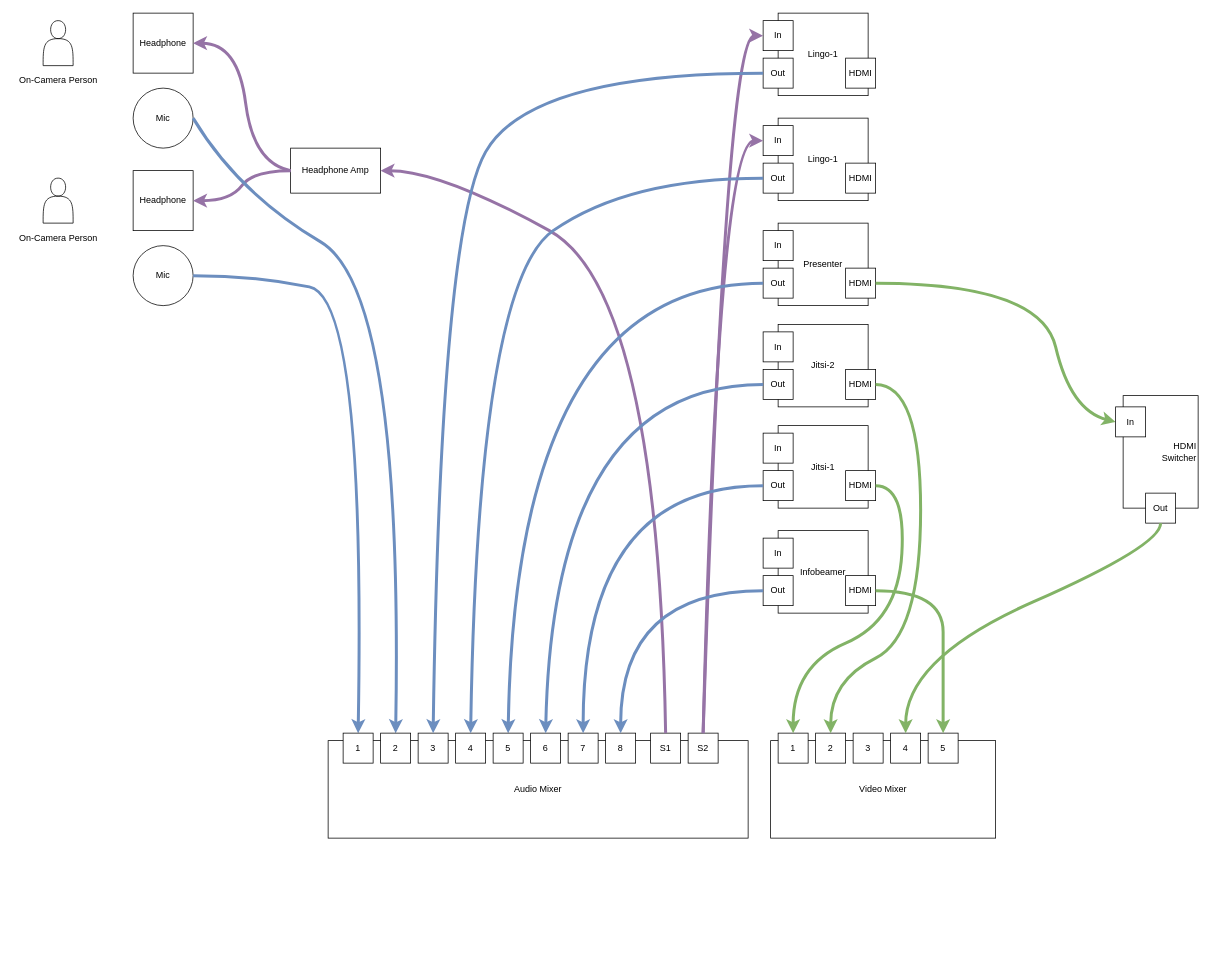
The draw.io diagram csh-setup.drawio in stblassitude/csh-setup, before the edit. Source tidied: cells renumbered, new cells numbered last; positions are measured from the earlier drawing's top-left corner, leaving out a move shared by most shapes. Both pictures are drawn from the tidied source at 75%, with x=0, y=0 at pixel (13, 13).
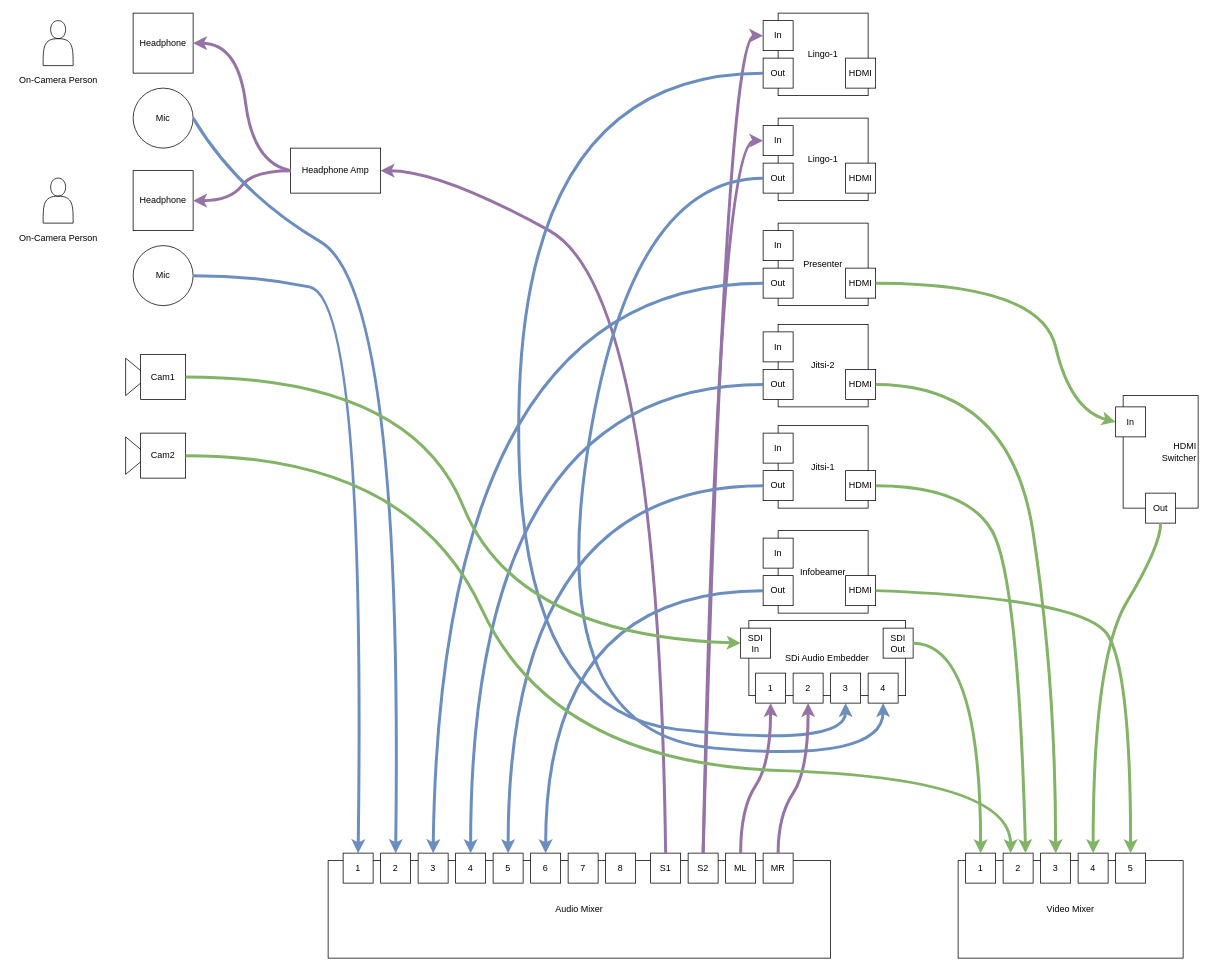
Above is the later version.

Unchanged cells that the change refers to:
```xml
<mxCell id="25" value="Out" style="whiteSpace=wrap;html=1;" parent="1" vertex="1">
  <mxGeometry x="1000" y="60" width="40" height="40" as="geometry" />
</mxCell>
<mxCell id="28" value="Out" style="whiteSpace=wrap;html=1;" parent="1" vertex="1">
  <mxGeometry x="1000" y="200" width="40" height="40" as="geometry" />
</mxCell>
<mxCell id="35" value="Out" style="whiteSpace=wrap;html=1;" parent="1" vertex="1">
  <mxGeometry x="1000" y="340" width="40" height="40" as="geometry" />
</mxCell>
<mxCell id="49" value="Out" style="whiteSpace=wrap;html=1;" parent="1" vertex="1">
  <mxGeometry x="1000" y="475" width="40" height="40" as="geometry" />
</mxCell>
<mxCell id="52" value="Out" style="whiteSpace=wrap;html=1;" parent="1" vertex="1">
  <mxGeometry x="1000" y="610" width="40" height="40" as="geometry" />
</mxCell>
<mxCell id="58" value="HDMI" style="whiteSpace=wrap;html=1;" parent="1" vertex="1">
  <mxGeometry x="1110" y="475" width="40" height="40" as="geometry" />
</mxCell>
<mxCell id="59" value="HDMI" style="whiteSpace=wrap;html=1;" parent="1" vertex="1">
  <mxGeometry x="1110" y="610" width="40" height="40" as="geometry" />
</mxCell>
<mxCell id="65" value="Out" style="whiteSpace=wrap;html=1;" parent="1" vertex="1">
  <mxGeometry x="1000" y="750" width="40" height="40" as="geometry" />
</mxCell>
<mxCell id="66" value="HDMI" style="whiteSpace=wrap;html=1;" parent="1" vertex="1">
  <mxGeometry x="1110" y="750" width="40" height="40" as="geometry" />
</mxCell>
<mxCell id="71" value="Out" style="whiteSpace=wrap;html=1;" parent="1" vertex="1">
  <mxGeometry x="1510" y="640" width="40" height="40" as="geometry" />
</mxCell>
```

Change to the diagram source:
```diff
@@
     <mxCell id="13" value="Audio Mixer" style="rounded=0;whiteSpace=wrap;html=1;" parent="1" vertex="1">
-      <mxGeometry x="420" y="970" width="560" height="130" as="geometry" />
+      <mxGeometry x="420" y="1130" width="670" height="130" as="geometry" />
     </mxCell>
@@
     <mxCell id="16" value="1" style="whiteSpace=wrap;html=1;" parent="1" vertex="1">
-      <mxGeometry x="440" y="960" width="40" height="40" as="geometry" />
+      <mxGeometry x="440" y="1120" width="40" height="40" as="geometry" />
     </mxCell>
     <mxCell id="17" value="2" style="whiteSpace=wrap;html=1;" parent="1" vertex="1">
-      <mxGeometry x="490" y="960" width="40" height="40" as="geometry" />
+      <mxGeometry x="490" y="1120" width="40" height="40" as="geometry" />
     </mxCell>
     <mxCell id="18" value="S1" style="whiteSpace=wrap;html=1;" parent="1" vertex="1">
-      <mxGeometry x="850" y="960" width="40" height="40" as="geometry" />
+      <mxGeometry x="850" y="1120" width="40" height="40" as="geometry" />
     </mxCell>
@@
     <mxCell id="20" value="3" style="whiteSpace=wrap;html=1;" parent="1" vertex="1">
-      <mxGeometry x="540" y="960" width="40" height="40" as="geometry" />
+      <mxGeometry x="540" y="1120" width="40" height="40" as="geometry" />
     </mxCell>
     <mxCell id="21" value="4" style="whiteSpace=wrap;html=1;" parent="1" vertex="1">
-      <mxGeometry x="590" y="960" width="40" height="40" as="geometry" />
+      <mxGeometry x="590" y="1120" width="40" height="40" as="geometry" />
     </mxCell>
     <mxCell id="22" value="S2" style="whiteSpace=wrap;html=1;" parent="1" vertex="1">
-      <mxGeometry x="900" y="960" width="40" height="40" as="geometry" />
+      <mxGeometry x="900" y="1120" width="40" height="40" as="geometry" />
     </mxCell>
@@
-    <mxCell id="31" style="curved=1;endArrow=classic;html=1;rounded=0;entryX=0.5;entryY=0;entryDx=0;entryDy=0;exitX=0;exitY=0.5;exitDx=0;exitDy=0;fillColor=#dae8fc;strokeColor=#6c8ebf;strokeWidth=4;" parent="1" edge="1" source="25" target="20">
+    <mxCell id="31" style="curved=1;endArrow=classic;html=1;rounded=0;entryX=0.5;entryY=1;entryDx=0;entryDy=0;exitX=0;exitY=0.5;exitDx=0;exitDy=0;fillColor=#dae8fc;strokeColor=#6c8ebf;strokeWidth=4;" parent="1" edge="1" source="25" target="84">
       <mxGeometry relative="1" as="geometry">
         <Array as="points">
           <mxPoint x="690" y="80" />
-          <mxPoint x="570" y="290" />
+          <mxPoint x="660" y="930" />
+          <mxPoint x="1110" y="980" />
         </Array>
       </mxGeometry>
     </mxCell>
-    <mxCell id="32" style="curved=1;endArrow=classic;html=1;rounded=0;entryX=0.5;entryY=0;entryDx=0;entryDy=0;exitX=0;exitY=0.5;exitDx=0;exitDy=0;fillColor=#dae8fc;strokeColor=#6c8ebf;strokeWidth=4;" parent="1" edge="1" source="28" target="21">
+    <mxCell id="32" style="curved=1;endArrow=classic;html=1;rounded=0;entryX=0.5;entryY=1;entryDx=0;entryDy=0;exitX=0;exitY=0.5;exitDx=0;exitDy=0;fillColor=#dae8fc;strokeColor=#6c8ebf;strokeWidth=4;" parent="1" edge="1" source="28" target="85">
       <mxGeometry relative="1" as="geometry">
         <Array as="points">
           <mxPoint x="820" y="220" />
-          <mxPoint x="620" y="360" />
+          <mxPoint x="710" y="960" />
+          <mxPoint x="1160" y="1000" />
         </Array>
       </mxGeometry>
     </mxCell>
@@
-    <mxCell id="36" style="curved=1;endArrow=classic;html=1;rounded=0;entryX=0.5;entryY=0;entryDx=0;entryDy=0;exitX=0;exitY=0.5;exitDx=0;exitDy=0;fillColor=#dae8fc;strokeColor=#6c8ebf;strokeWidth=4;" parent="1" edge="1" source="35" target="37">
+    <mxCell id="36" style="curved=1;endArrow=classic;html=1;rounded=0;entryX=0.5;entryY=0;entryDx=0;entryDy=0;exitX=0;exitY=0.5;exitDx=0;exitDy=0;fillColor=#dae8fc;strokeColor=#6c8ebf;strokeWidth=4;" parent="1" edge="1" source="35" target="20">
       <mxGeometry relative="1" as="geometry">
         <Array as="points">
-          <mxPoint x="670" y="360" />
+          <mxPoint x="570" y="360" />
         </Array>
       </mxGeometry>
     </mxCell>
     <mxCell id="37" value="5" style="whiteSpace=wrap;html=1;" parent="1" vertex="1">
-      <mxGeometry x="640" y="960" width="40" height="40" as="geometry" />
+      <mxGeometry x="640" y="1120" width="40" height="40" as="geometry" />
     </mxCell>
     <mxCell id="38" value="6&lt;br&gt;" style="whiteSpace=wrap;html=1;" parent="1" vertex="1">
-      <mxGeometry x="690" y="960" width="40" height="40" as="geometry" />
+      <mxGeometry x="690" y="1120" width="40" height="40" as="geometry" />
     </mxCell>
     <mxCell id="39" value="7&lt;br&gt;" style="whiteSpace=wrap;html=1;" parent="1" vertex="1">
-      <mxGeometry x="740" y="960" width="40" height="40" as="geometry" />
+      <mxGeometry x="740" y="1120" width="40" height="40" as="geometry" />
     </mxCell>
     <mxCell id="40" value="8&lt;br&gt;" style="whiteSpace=wrap;html=1;" parent="1" vertex="1">
-      <mxGeometry x="790" y="960" width="40" height="40" as="geometry" />
+      <mxGeometry x="790" y="1120" width="40" height="40" as="geometry" />
     </mxCell>
     <mxCell id="41" value="Video Mixer" style="rounded=0;whiteSpace=wrap;html=1;" parent="1" vertex="1">
-      <mxGeometry x="1010" y="970" width="300" height="130" as="geometry" />
+      <mxGeometry x="1260" y="1130" width="300" height="130" as="geometry" />
     </mxCell>
     <mxCell id="42" value="1" style="whiteSpace=wrap;html=1;" parent="1" vertex="1">
-      <mxGeometry x="1020" y="960" width="40" height="40" as="geometry" />
+      <mxGeometry x="1270" y="1120" width="40" height="40" as="geometry" />
     </mxCell>
     <mxCell id="43" value="2" style="whiteSpace=wrap;html=1;" parent="1" vertex="1">
-      <mxGeometry x="1070" y="960" width="40" height="40" as="geometry" />
+      <mxGeometry x="1320" y="1120" width="40" height="40" as="geometry" />
     </mxCell>
     <mxCell id="44" value="3" style="whiteSpace=wrap;html=1;" parent="1" vertex="1">
-      <mxGeometry x="1120" y="960" width="40" height="40" as="geometry" />
+      <mxGeometry x="1370" y="1120" width="40" height="40" as="geometry" />
     </mxCell>
     <mxCell id="45" value="4" style="whiteSpace=wrap;html=1;" parent="1" vertex="1">
-      <mxGeometry x="1170" y="960" width="40" height="40" as="geometry" />
+      <mxGeometry x="1420" y="1120" width="40" height="40" as="geometry" />
     </mxCell>
     <mxCell id="46" value="5" style="whiteSpace=wrap;html=1;" parent="1" vertex="1">
-      <mxGeometry x="1220" y="960" width="40" height="40" as="geometry" />
+      <mxGeometry x="1470" y="1120" width="40" height="40" as="geometry" />
     </mxCell>
@@
-    <mxCell id="53" style="curved=1;endArrow=classic;html=1;rounded=0;entryX=0.5;entryY=0;entryDx=0;entryDy=0;exitX=0;exitY=0.5;exitDx=0;exitDy=0;fillColor=#dae8fc;strokeColor=#6c8ebf;strokeWidth=4;" parent="1" edge="1" source="49" target="38">
+    <mxCell id="53" style="curved=1;endArrow=classic;html=1;rounded=0;entryX=0.5;entryY=0;entryDx=0;entryDy=0;exitX=0;exitY=0.5;exitDx=0;exitDy=0;fillColor=#dae8fc;strokeColor=#6c8ebf;strokeWidth=4;" parent="1" edge="1" source="49" target="21">
       <mxGeometry relative="1" as="geometry">
         <Array as="points">
-          <mxPoint x="720" y="495" />
+          <mxPoint x="610" y="495" />
         </Array>
       </mxGeometry>
     </mxCell>
-    <mxCell id="54" style="curved=1;endArrow=classic;html=1;rounded=0;entryX=0.5;entryY=0;entryDx=0;entryDy=0;exitX=0;exitY=0.5;exitDx=0;exitDy=0;fillColor=#dae8fc;strokeColor=#6c8ebf;strokeWidth=4;" parent="1" edge="1" source="52" target="39">
+    <mxCell id="54" style="curved=1;endArrow=classic;html=1;rounded=0;entryX=0.5;entryY=0;entryDx=0;entryDy=0;exitX=0;exitY=0.5;exitDx=0;exitDy=0;fillColor=#dae8fc;strokeColor=#6c8ebf;strokeWidth=4;" parent="1" edge="1" source="52" target="37">
       <mxGeometry relative="1" as="geometry">
         <Array as="points">
-          <mxPoint x="760" y="630" />
+          <mxPoint x="660" y="630" />
         </Array>
       </mxGeometry>
     </mxCell>
@@
-    <mxCell id="60" style="curved=1;endArrow=classic;html=1;rounded=0;entryX=0.5;entryY=0;entryDx=0;entryDy=0;exitX=1;exitY=0.5;exitDx=0;exitDy=0;fillColor=#d5e8d4;strokeColor=#82b366;strokeWidth=4;" parent="1" edge="1" source="59" target="42">
+    <mxCell id="60" style="curved=1;endArrow=classic;html=1;rounded=0;entryX=0.75;entryY=0;entryDx=0;entryDy=0;exitX=1;exitY=0.5;exitDx=0;exitDy=0;fillColor=#d5e8d4;strokeColor=#82b366;strokeWidth=4;" parent="1" edge="1" source="59" target="43">
       <mxGeometry relative="1" as="geometry">
         <Array as="points">
-          <mxPoint x="1190" y="630" />
-          <mxPoint x="1180" y="810" />
-          <mxPoint x="1040" y="870" />
+          <mxPoint x="1270" y="630" />
+          <mxPoint x="1340" y="750" />
         </Array>
       </mxGeometry>
     </mxCell>
-    <mxCell id="61" style="curved=1;endArrow=classic;html=1;rounded=0;entryX=0.5;entryY=0;entryDx=0;entryDy=0;exitX=1;exitY=0.5;exitDx=0;exitDy=0;fillColor=#d5e8d4;strokeColor=#82b366;strokeWidth=4;" parent="1" edge="1" source="58" target="43">
+    <mxCell id="61" style="curved=1;endArrow=classic;html=1;rounded=0;entryX=0.5;entryY=0;entryDx=0;entryDy=0;exitX=1;exitY=0.5;exitDx=0;exitDy=0;fillColor=#d5e8d4;strokeColor=#82b366;strokeWidth=4;" parent="1" edge="1" source="58" target="44">
       <mxGeometry relative="1" as="geometry">
         <Array as="points">
-          <mxPoint x="1210" y="495" />
-          <mxPoint x="1210" y="830" />
-          <mxPoint x="1090" y="890" />
+          <mxPoint x="1330" y="495" />
+          <mxPoint x="1390" y="890" />
         </Array>
       </mxGeometry>
     </mxCell>
@@
-    <mxCell id="67" style="curved=1;endArrow=classic;html=1;rounded=0;entryX=0.5;entryY=0;entryDx=0;entryDy=0;exitX=0;exitY=0.5;exitDx=0;exitDy=0;fillColor=#dae8fc;strokeColor=#6c8ebf;strokeWidth=4;" parent="1" edge="1" source="65" target="40">
+    <mxCell id="67" style="curved=1;endArrow=classic;html=1;rounded=0;entryX=0.5;entryY=0;entryDx=0;entryDy=0;exitX=0;exitY=0.5;exitDx=0;exitDy=0;fillColor=#dae8fc;strokeColor=#6c8ebf;strokeWidth=4;" parent="1" edge="1" source="65" target="38">
       <mxGeometry relative="1" as="geometry">
         <Array as="points">
-          <mxPoint x="810" y="770" />
+          <mxPoint x="710" y="770" />
         </Array>
       </mxGeometry>
     </mxCell>
     <mxCell id="68" style="curved=1;endArrow=classic;html=1;rounded=0;entryX=0.5;entryY=0;entryDx=0;entryDy=0;exitX=1;exitY=0.5;exitDx=0;exitDy=0;fillColor=#d5e8d4;strokeColor=#82b366;strokeWidth=4;" parent="1" edge="1" source="66" target="46">
       <mxGeometry relative="1" as="geometry">
         <Array as="points">
-          <mxPoint x="1240" y="770" />
-          <mxPoint x="1240" y="880" />
+          <mxPoint x="1430" y="780" />
+          <mxPoint x="1490" y="880" />
         </Array>
       </mxGeometry>
     </mxCell>
@@
     <mxCell id="72" style="curved=1;endArrow=classic;html=1;rounded=0;entryX=0.5;entryY=0;entryDx=0;entryDy=0;exitX=0.5;exitY=1;exitDx=0;exitDy=0;fillColor=#d5e8d4;strokeColor=#82b366;strokeWidth=4;" parent="1" edge="1" source="71" target="45">
       <mxGeometry relative="1" as="geometry">
         <Array as="points">
           <mxPoint x="1530" y="710" />
-          <mxPoint x="1190" y="860" />
+          <mxPoint x="1440" y="860" />
         </Array>
       </mxGeometry>
     </mxCell>
+    <mxCell id="73" style="group;" parent="1" vertex="1">
+      <mxGeometry x="150" y="455" width="80" height="60" as="geometry" />
+    </mxCell>
+    <mxCell id="74" style="triangle;whiteSpace=wrap;html=1;align=right;" parent="73" vertex="1">
+      <mxGeometry y="5" width="30" height="50" as="geometry" />
+    </mxCell>
+    <mxCell id="75" value="Cam1" style="rounded=0;whiteSpace=wrap;html=1;align=center;" parent="73" vertex="1">
+      <mxGeometry x="20" width="60" height="60" as="geometry" />
+    </mxCell>
+    <mxCell id="76" style="group;" parent="1" vertex="1">
+      <mxGeometry x="150" y="560" width="80" height="60" as="geometry" />
+    </mxCell>
+    <mxCell id="77" style="triangle;whiteSpace=wrap;html=1;align=right;" parent="76" vertex="1">
+      <mxGeometry y="5" width="30" height="50" as="geometry" />
+    </mxCell>
+    <mxCell id="78" value="Cam2" style="rounded=0;whiteSpace=wrap;html=1;align=center;" parent="76" vertex="1">
+      <mxGeometry x="20" width="60" height="60" as="geometry" />
+    </mxCell>
+    <mxCell id="79" value="SDi Audio Embedder" style="rounded=0;whiteSpace=wrap;html=1;align=center;verticalAlign=middle;" parent="1" vertex="1">
+      <mxGeometry x="981" y="810" width="209" height="100" as="geometry" />
+    </mxCell>
+    <mxCell id="80" value="SDI&lt;br&gt;In" style="whiteSpace=wrap;html=1;" parent="1" vertex="1">
+      <mxGeometry x="970" y="820" width="40" height="40" as="geometry" />
+    </mxCell>
+    <mxCell id="81" value="SDI&lt;br&gt;Out" style="whiteSpace=wrap;html=1;" parent="1" vertex="1">
+      <mxGeometry x="1160" y="820" width="40" height="40" as="geometry" />
+    </mxCell>
+    <mxCell id="82" value="1" style="whiteSpace=wrap;html=1;" parent="1" vertex="1">
+      <mxGeometry x="990" y="880" width="40" height="40" as="geometry" />
+    </mxCell>
+    <mxCell id="83" value="2" style="whiteSpace=wrap;html=1;" parent="1" vertex="1">
+      <mxGeometry x="1040" y="880" width="40" height="40" as="geometry" />
+    </mxCell>
+    <mxCell id="84" value="3" style="whiteSpace=wrap;html=1;" parent="1" vertex="1">
+      <mxGeometry x="1090" y="880" width="40" height="40" as="geometry" />
+    </mxCell>
+    <mxCell id="85" value="4" style="whiteSpace=wrap;html=1;" parent="1" vertex="1">
+      <mxGeometry x="1140" y="880" width="40" height="40" as="geometry" />
+    </mxCell>
+    <mxCell id="86" value="ML" style="whiteSpace=wrap;html=1;" parent="1" vertex="1">
+      <mxGeometry x="950" y="1120" width="40" height="40" as="geometry" />
+    </mxCell>
+    <mxCell id="87" value="MR" style="whiteSpace=wrap;html=1;" parent="1" vertex="1">
+      <mxGeometry x="1000" y="1120" width="40" height="40" as="geometry" />
+    </mxCell>
+    <mxCell id="88" style="curved=1;endArrow=classic;html=1;rounded=0;exitX=0.5;exitY=0;exitDx=0;exitDy=0;entryX=0.5;entryY=1;entryDx=0;entryDy=0;fillColor=#e1d5e7;strokeColor=#9673a6;strokeWidth=4;" parent="1" edge="1" source="86" target="82">
+      <mxGeometry relative="1" as="geometry">
+        <Array as="points">
+          <mxPoint x="970" y="1060" />
+          <mxPoint x="1010" y="1000" />
+        </Array>
+      </mxGeometry>
+    </mxCell>
+    <mxCell id="89" style="curved=1;endArrow=classic;html=1;rounded=0;exitX=0.5;exitY=0;exitDx=0;exitDy=0;entryX=0.5;entryY=1;entryDx=0;entryDy=0;fillColor=#e1d5e7;strokeColor=#9673a6;strokeWidth=4;" parent="1" edge="1" source="87" target="83">
+      <mxGeometry relative="1" as="geometry">
+        <Array as="points">
+          <mxPoint x="1020" y="1070" />
+          <mxPoint x="1060" y="1010" />
+        </Array>
+      </mxGeometry>
+    </mxCell>
+    <mxCell id="90" style="curved=1;endArrow=classic;html=1;rounded=0;entryX=0.5;entryY=0;entryDx=0;entryDy=0;exitX=1;exitY=0.5;exitDx=0;exitDy=0;fillColor=#d5e8d4;strokeColor=#82b366;strokeWidth=4;" parent="1" edge="1" source="81" target="42">
+      <mxGeometry relative="1" as="geometry">
+        <Array as="points">
+          <mxPoint x="1290" y="840" />
+        </Array>
+      </mxGeometry>
+    </mxCell>
+    <mxCell id="91" style="curved=1;endArrow=classic;html=1;rounded=0;entryX=0;entryY=0.5;entryDx=0;entryDy=0;fillColor=#d5e8d4;strokeColor=#82b366;strokeWidth=4;exitX=1;exitY=0.5;exitDx=0;exitDy=0;" parent="1" edge="1" source="75" target="80">
+      <mxGeometry relative="1" as="geometry">
+        <Array as="points">
+          <mxPoint x="530" y="485" />
+          <mxPoint x="670" y="830" />
+        </Array>
+      </mxGeometry>
+    </mxCell>
+    <mxCell id="92" style="curved=1;endArrow=classic;html=1;rounded=0;fillColor=#d5e8d4;strokeColor=#82b366;strokeWidth=4;exitX=1;exitY=0.5;exitDx=0;exitDy=0;" parent="1" edge="1" source="78">
+      <mxGeometry relative="1" as="geometry">
+        <mxPoint x="1330" y="1120" as="targetPoint" />
+        <Array as="points">
+          <mxPoint x="530" y="590" />
+          <mxPoint x="720" y="1000" />
+          <mxPoint x="1330" y="1020" />
+        </Array>
+      </mxGeometry>
+    </mxCell>
```
